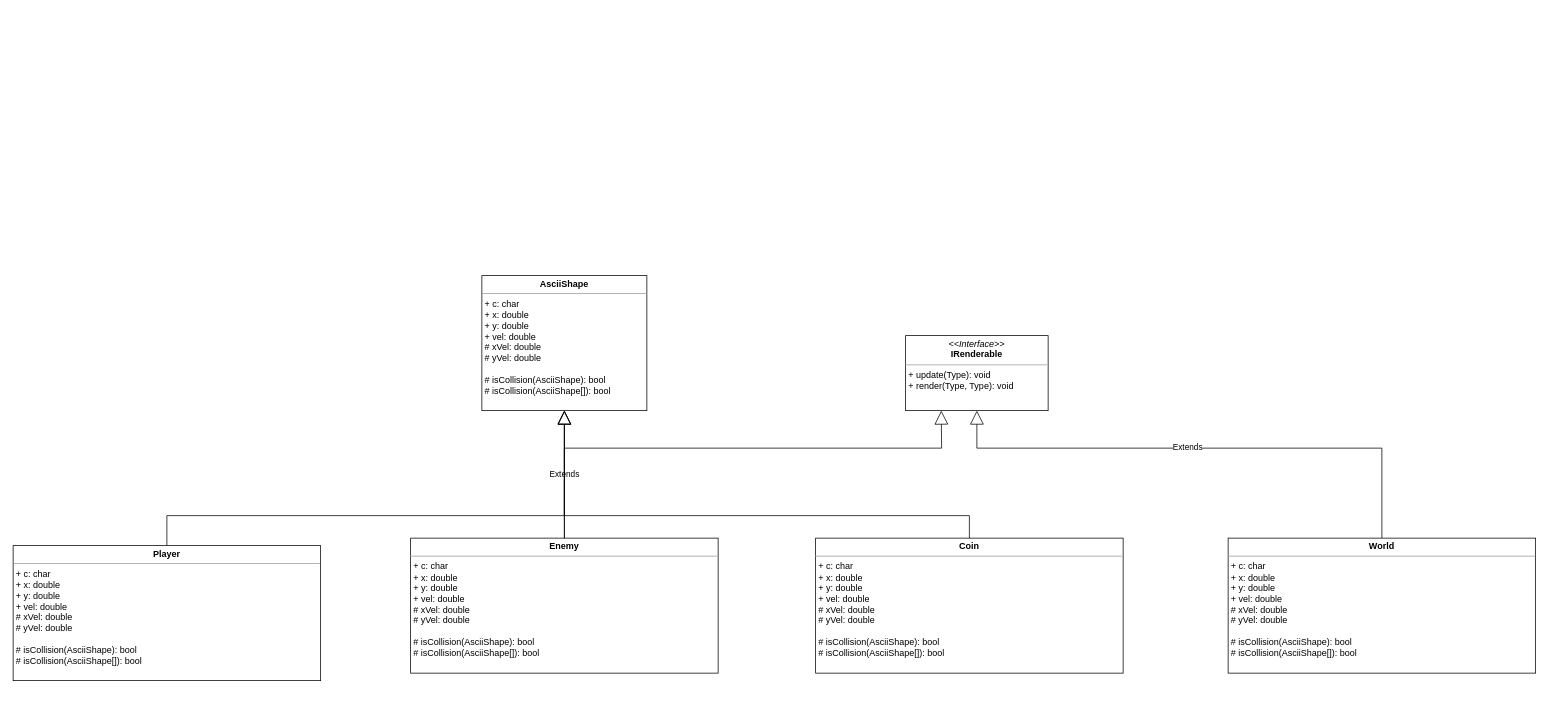
This is AsciiGame.drawio from Artemexbits/BISBB_SS2023_CB_GA1, a draw.io file, before an edit. Source tidied: cells renumbered, new cells numbered last; positions are measured from the earlier drawing's top-left corner, leaving out a move shared by most shapes. Both pictures are drawn from the tidied source at 75%, with x=0, y=0 at pixel (13, 275).
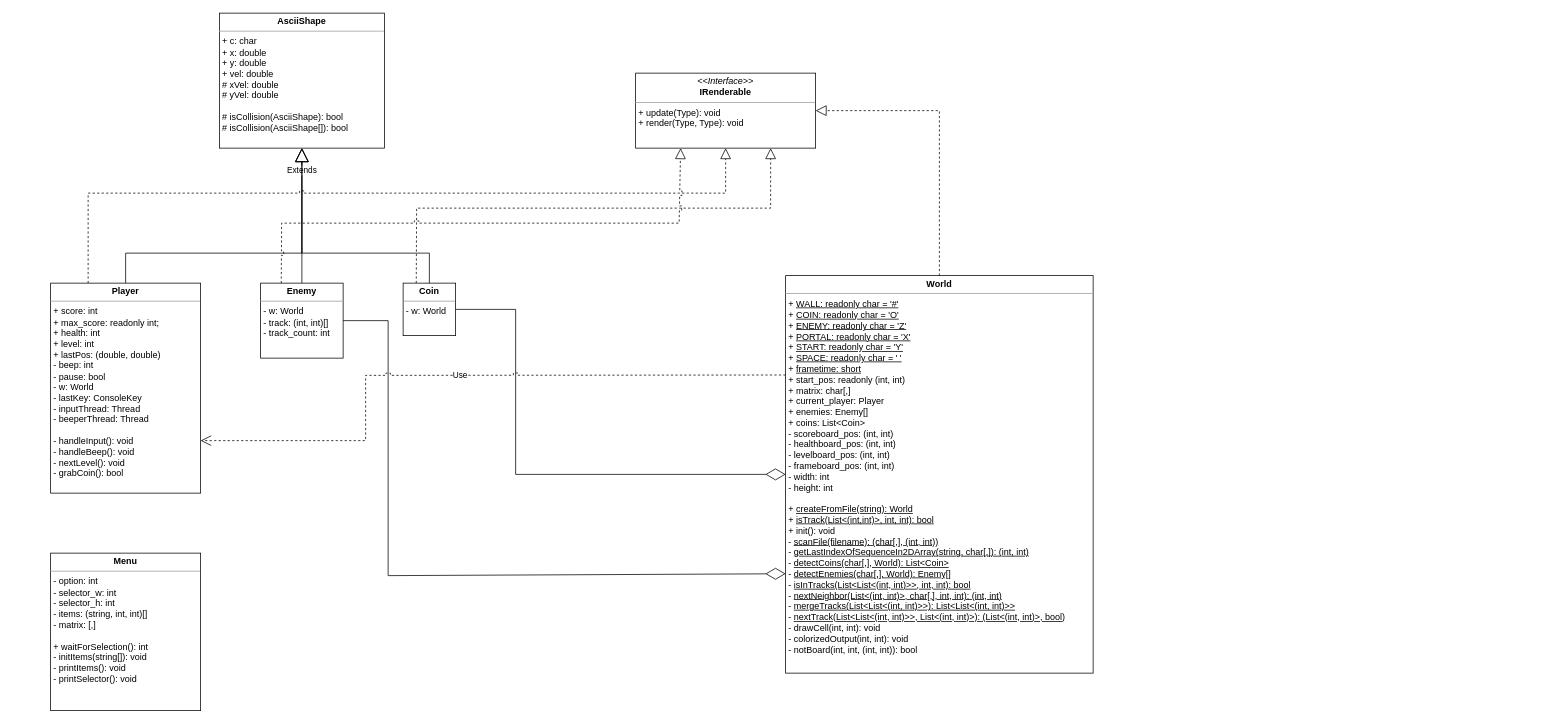
After the change.

Commit message (it also covers changes not shown here):
recreated diagram

What changed in the source:
```diff
@@
+    <mxCell id="14" style="endArrow=block;dashed=1;endFill=0;endSize=12;html=1;rounded=0;entryX=0.75;entryY=1;entryDx=0;entryDy=0;exitX=0.25;exitY=0;exitDx=0;exitDy=0;jumpStyle=sharp;" parent="1" edge="1" source="4" target="9">
+      <mxGeometry relative="1" as="geometry">
+        <Array as="points">
+          <mxPoint x="538" y="-90" />
+          <mxPoint x="1010" y="-90" />
+        </Array>
+      </mxGeometry>
+    </mxCell>
     <mxCell id="2" value="&lt;p style=&quot;margin:0px;margin-top:4px;text-align:center;&quot;&gt;&lt;b&gt;AsciiShape&lt;/b&gt;&lt;/p&gt;&lt;hr size=&quot;1&quot;&gt;&lt;p style=&quot;margin:0px;margin-left:4px;&quot;&gt;+ c: char&lt;/p&gt;&lt;p style=&quot;margin:0px;margin-left:4px;&quot;&gt;+ x: double&lt;/p&gt;&lt;p style=&quot;margin:0px;margin-left:4px;&quot;&gt;+ y: double&lt;/p&gt;&lt;p style=&quot;margin:0px;margin-left:4px;&quot;&gt;+ vel: double&lt;/p&gt;&lt;p style=&quot;margin:0px;margin-left:4px;&quot;&gt;# xVel: double&lt;/p&gt;&lt;p style=&quot;margin:0px;margin-left:4px;&quot;&gt;# yVel: double&lt;/p&gt;&lt;p style=&quot;margin:0px;margin-left:4px;&quot;&gt;&lt;br&gt;&lt;/p&gt;&lt;p style=&quot;margin:0px;margin-left:4px;&quot;&gt;&lt;span style=&quot;background-color: initial;&quot;&gt;# isCollision(AsciiShape): bool&lt;/span&gt;&lt;/p&gt;&lt;p style=&quot;margin:0px;margin-left:4px;&quot;&gt;&lt;span style=&quot;background-color: initial;&quot;&gt;# isCollision(AsciiShape[]): bool&lt;/span&gt;&lt;/p&gt;" style="verticalAlign=top;align=left;overflow=fill;fontSize=12;fontFamily=Helvetica;html=1;" parent="1" vertex="1">
-      <mxGeometry x="625" width="220" height="180" as="geometry" />
+      <mxGeometry x="275" y="-350" width="220" height="180" as="geometry" />
     </mxCell>
-    <mxCell id="3" value="&lt;p style=&quot;margin:0px;margin-top:4px;text-align:center;&quot;&gt;&lt;b&gt;Player&lt;/b&gt;&lt;/p&gt;&lt;hr size=&quot;1&quot;&gt;&lt;p style=&quot;margin:0px;margin-left:4px;&quot;&gt;+ c: char&lt;/p&gt;&lt;p style=&quot;margin:0px;margin-left:4px;&quot;&gt;+ x: double&lt;/p&gt;&lt;p style=&quot;margin:0px;margin-left:4px;&quot;&gt;+ y: double&lt;/p&gt;&lt;p style=&quot;margin:0px;margin-left:4px;&quot;&gt;+ vel: double&lt;/p&gt;&lt;p style=&quot;margin:0px;margin-left:4px;&quot;&gt;# xVel: double&lt;/p&gt;&lt;p style=&quot;margin:0px;margin-left:4px;&quot;&gt;# yVel: double&lt;/p&gt;&lt;p style=&quot;margin:0px;margin-left:4px;&quot;&gt;&lt;br&gt;&lt;/p&gt;&lt;p style=&quot;margin:0px;margin-left:4px;&quot;&gt;&lt;span style=&quot;background-color: initial;&quot;&gt;# isCollision(AsciiShape): bool&lt;/span&gt;&lt;/p&gt;&lt;p style=&quot;margin:0px;margin-left:4px;&quot;&gt;&lt;span style=&quot;background-color: initial;&quot;&gt;# isCollision(AsciiShape[]): bool&lt;/span&gt;&lt;/p&gt;" style="verticalAlign=top;align=left;overflow=fill;fontSize=12;fontFamily=Helvetica;html=1;" parent="1" vertex="1">
-      <mxGeometry y="360" width="410" height="180" as="geometry" />
+    <mxCell id="3" value="&lt;p style=&quot;margin:0px;margin-top:4px;text-align:center;&quot;&gt;&lt;b&gt;Player&lt;/b&gt;&lt;/p&gt;&lt;hr size=&quot;1&quot;&gt;&lt;p style=&quot;margin:0px;margin-left:4px;&quot;&gt;+ score: int&lt;/p&gt;&lt;p style=&quot;margin:0px;margin-left:4px;&quot;&gt;&lt;span style=&quot;background-color: initial;&quot;&gt;+ max_score: readonly int;&lt;/span&gt;&lt;/p&gt;&lt;p style=&quot;margin:0px;margin-left:4px;&quot;&gt;+ health: int&lt;/p&gt;&lt;p style=&quot;margin:0px;margin-left:4px;&quot;&gt;+ level: int&lt;/p&gt;&lt;p style=&quot;margin:0px;margin-left:4px;&quot;&gt;+ lastPos: (double, double)&lt;/p&gt;&lt;p style=&quot;margin:0px;margin-left:4px;&quot;&gt;- beep: int&lt;/p&gt;&lt;p style=&quot;margin:0px;margin-left:4px;&quot;&gt;&lt;span style=&quot;background-color: initial;&quot;&gt;- pause: bool&lt;/span&gt;&lt;/p&gt;&lt;p style=&quot;margin:0px;margin-left:4px;&quot;&gt;- w: World&lt;/p&gt;&lt;p style=&quot;margin:0px;margin-left:4px;&quot;&gt;&lt;span style=&quot;background-color: initial;&quot;&gt;- lastKey: ConsoleKey&lt;/span&gt;&lt;/p&gt;&lt;p style=&quot;margin:0px;margin-left:4px;&quot;&gt;- inputThread: Thread&lt;/p&gt;&lt;p style=&quot;margin:0px;margin-left:4px;&quot;&gt;- beeperThread: Thread&lt;/p&gt;&lt;p style=&quot;margin:0px;margin-left:4px;&quot;&gt;&lt;br&gt;&lt;/p&gt;&lt;p style=&quot;margin:0px;margin-left:4px;&quot;&gt;- handleInput(): void&lt;/p&gt;&lt;p style=&quot;margin:0px;margin-left:4px;&quot;&gt;- handleBeep(): void&lt;/p&gt;&lt;p style=&quot;margin:0px;margin-left:4px;&quot;&gt;- nextLevel(): void&lt;/p&gt;&lt;p style=&quot;margin:0px;margin-left:4px;&quot;&gt;- grabCoin(): bool&lt;/p&gt;" style="verticalAlign=top;align=left;overflow=fill;fontSize=12;fontFamily=Helvetica;html=1;" parent="1" vertex="1">
+      <mxGeometry x="50" y="10" width="200" height="280" as="geometry" />
     </mxCell>
-    <mxCell id="4" value="&lt;p style=&quot;margin:0px;margin-top:4px;text-align:center;&quot;&gt;&lt;b&gt;Coin&lt;/b&gt;&lt;/p&gt;&lt;hr size=&quot;1&quot;&gt;&lt;p style=&quot;margin:0px;margin-left:4px;&quot;&gt;+ c: char&lt;/p&gt;&lt;p style=&quot;margin:0px;margin-left:4px;&quot;&gt;+ x: double&lt;/p&gt;&lt;p style=&quot;margin:0px;margin-left:4px;&quot;&gt;+ y: double&lt;/p&gt;&lt;p style=&quot;margin:0px;margin-left:4px;&quot;&gt;+ vel: double&lt;/p&gt;&lt;p style=&quot;margin:0px;margin-left:4px;&quot;&gt;# xVel: double&lt;/p&gt;&lt;p style=&quot;margin:0px;margin-left:4px;&quot;&gt;# yVel: double&lt;/p&gt;&lt;p style=&quot;margin:0px;margin-left:4px;&quot;&gt;&lt;br&gt;&lt;/p&gt;&lt;p style=&quot;margin:0px;margin-left:4px;&quot;&gt;&lt;span style=&quot;background-color: initial;&quot;&gt;# isCollision(AsciiShape): bool&lt;/span&gt;&lt;/p&gt;&lt;p style=&quot;margin:0px;margin-left:4px;&quot;&gt;&lt;span style=&quot;background-color: initial;&quot;&gt;# isCollision(AsciiShape[]): bool&lt;/span&gt;&lt;/p&gt;" style="verticalAlign=top;align=left;overflow=fill;fontSize=12;fontFamily=Helvetica;html=1;" parent="1" vertex="1">
-      <mxGeometry x="1070" y="350" width="410" height="180" as="geometry" />
+    <mxCell id="4" value="&lt;p style=&quot;margin:0px;margin-top:4px;text-align:center;&quot;&gt;&lt;b&gt;Coin&lt;/b&gt;&lt;/p&gt;&lt;hr size=&quot;1&quot;&gt;&lt;p style=&quot;margin:0px;margin-left:4px;&quot;&gt;- w: World&lt;/p&gt;" style="verticalAlign=top;align=left;overflow=fill;fontSize=12;fontFamily=Helvetica;html=1;" parent="1" vertex="1">
+      <mxGeometry x="520" y="10" width="70" height="70" as="geometry" />
     </mxCell>
-    <mxCell id="5" value="&lt;p style=&quot;margin:0px;margin-top:4px;text-align:center;&quot;&gt;&lt;b&gt;Enemy&lt;/b&gt;&lt;/p&gt;&lt;hr size=&quot;1&quot;&gt;&lt;p style=&quot;margin:0px;margin-left:4px;&quot;&gt;+ c: char&lt;/p&gt;&lt;p style=&quot;margin:0px;margin-left:4px;&quot;&gt;+ x: double&lt;/p&gt;&lt;p style=&quot;margin:0px;margin-left:4px;&quot;&gt;+ y: double&lt;/p&gt;&lt;p style=&quot;margin:0px;margin-left:4px;&quot;&gt;+ vel: double&lt;/p&gt;&lt;p style=&quot;margin:0px;margin-left:4px;&quot;&gt;# xVel: double&lt;/p&gt;&lt;p style=&quot;margin:0px;margin-left:4px;&quot;&gt;# yVel: double&lt;/p&gt;&lt;p style=&quot;margin:0px;margin-left:4px;&quot;&gt;&lt;br&gt;&lt;/p&gt;&lt;p style=&quot;margin:0px;margin-left:4px;&quot;&gt;&lt;span style=&quot;background-color: initial;&quot;&gt;# isCollision(AsciiShape): bool&lt;/span&gt;&lt;/p&gt;&lt;p style=&quot;margin:0px;margin-left:4px;&quot;&gt;&lt;span style=&quot;background-color: initial;&quot;&gt;# isCollision(AsciiShape[]): bool&lt;/span&gt;&lt;/p&gt;" style="verticalAlign=top;align=left;overflow=fill;fontSize=12;fontFamily=Helvetica;html=1;" parent="1" vertex="1">
-      <mxGeometry x="530" y="350" width="410" height="180" as="geometry" />
+    <mxCell id="5" value="&lt;p style=&quot;margin:0px;margin-top:4px;text-align:center;&quot;&gt;&lt;b&gt;Enemy&lt;/b&gt;&lt;/p&gt;&lt;hr size=&quot;1&quot;&gt;&lt;p style=&quot;margin:0px;margin-left:4px;&quot;&gt;- w: World&lt;/p&gt;&lt;p style=&quot;margin:0px;margin-left:4px;&quot;&gt;- track: (int, int)[]&lt;/p&gt;&lt;p style=&quot;margin:0px;margin-left:4px;&quot;&gt;- track_count: int&lt;/p&gt;" style="verticalAlign=top;align=left;overflow=fill;fontSize=12;fontFamily=Helvetica;html=1;" parent="1" vertex="1">
+      <mxGeometry x="330" y="10" width="110" height="100" as="geometry" />
     </mxCell>
     <mxCell id="6" value="Extends" style="endArrow=block;endSize=16;endFill=0;html=1;rounded=0;entryX=0.5;entryY=1;entryDx=0;entryDy=0;exitX=0.5;exitY=0;exitDx=0;exitDy=0;" parent="1" edge="1" source="5" target="2">
-      <mxGeometry relative="1" as="geometry" />
+      <mxGeometry x="0.67" relative="1" as="geometry" />
     </mxCell>
     <mxCell id="7" style="endArrow=block;endSize=16;endFill=0;html=1;rounded=0;exitX=0.5;exitY=0;exitDx=0;exitDy=0;entryX=0.5;entryY=1;entryDx=0;entryDy=0;" parent="1" edge="1" source="4" target="2">
       <mxGeometry relative="1" as="geometry">
         <Array as="points">
-          <mxPoint x="1275" y="320" />
-          <mxPoint x="735" y="320" />
+          <mxPoint x="555" y="-30" />
+          <mxPoint x="385" y="-30" />
         </Array>
       </mxGeometry>
     </mxCell>
     <mxCell id="8" style="endArrow=block;endSize=16;endFill=0;html=1;rounded=0;entryX=0.5;entryY=1;entryDx=0;entryDy=0;exitX=0.5;exitY=0;exitDx=0;exitDy=0;" parent="1" edge="1" source="3" target="2">
       <mxGeometry relative="1" as="geometry">
         <Array as="points">
-          <mxPoint x="205" y="320" />
-          <mxPoint x="735" y="320" />
+          <mxPoint x="150" y="-30" />
+          <mxPoint x="385" y="-30" />
         </Array>
       </mxGeometry>
     </mxCell>
     <mxCell id="9" value="&lt;p style=&quot;margin:0px;margin-top:4px;text-align:center;&quot;&gt;&lt;i&gt;&amp;lt;&amp;lt;Interface&amp;gt;&amp;gt;&lt;/i&gt;&lt;br&gt;&lt;b&gt;IRenderable&lt;/b&gt;&lt;/p&gt;&lt;hr size=&quot;1&quot;&gt;&lt;p style=&quot;margin:0px;margin-left:4px;&quot;&gt;+ update(Type): void&lt;br&gt;+ render(Type, Type): void&lt;/p&gt;" style="verticalAlign=top;align=left;overflow=fill;fontSize=12;fontFamily=Helvetica;html=1;" parent="1" vertex="1">
-      <mxGeometry x="1190" y="80" width="190" height="100" as="geometry" />
+      <mxGeometry x="830" y="-270" width="240" height="100" as="geometry" />
     </mxCell>
-    <mxCell id="10" value="&lt;p style=&quot;margin:0px;margin-top:4px;text-align:center;&quot;&gt;&lt;b&gt;World&lt;/b&gt;&lt;/p&gt;&lt;hr size=&quot;1&quot;&gt;&lt;p style=&quot;margin:0px;margin-left:4px;&quot;&gt;+ c: char&lt;/p&gt;&lt;p style=&quot;margin:0px;margin-left:4px;&quot;&gt;+ x: double&lt;/p&gt;&lt;p style=&quot;margin:0px;margin-left:4px;&quot;&gt;+ y: double&lt;/p&gt;&lt;p style=&quot;margin:0px;margin-left:4px;&quot;&gt;+ vel: double&lt;/p&gt;&lt;p style=&quot;margin:0px;margin-left:4px;&quot;&gt;# xVel: double&lt;/p&gt;&lt;p style=&quot;margin:0px;margin-left:4px;&quot;&gt;# yVel: double&lt;/p&gt;&lt;p style=&quot;margin:0px;margin-left:4px;&quot;&gt;&lt;br&gt;&lt;/p&gt;&lt;p style=&quot;margin:0px;margin-left:4px;&quot;&gt;&lt;span style=&quot;background-color: initial;&quot;&gt;# isCollision(AsciiShape): bool&lt;/span&gt;&lt;/p&gt;&lt;p style=&quot;margin:0px;margin-left:4px;&quot;&gt;&lt;span style=&quot;background-color: initial;&quot;&gt;# isCollision(AsciiShape[]): bool&lt;/span&gt;&lt;/p&gt;" style="verticalAlign=top;align=left;overflow=fill;fontSize=12;fontFamily=Helvetica;html=1;" parent="1" vertex="1">
-      <mxGeometry x="1620" y="350" width="410" height="180" as="geometry" />
+    <mxCell id="10" value="&lt;p style=&quot;margin:0px;margin-top:4px;text-align:center;&quot;&gt;&lt;b&gt;World&lt;/b&gt;&lt;/p&gt;&lt;hr size=&quot;1&quot;&gt;&lt;p style=&quot;margin:0px;margin-left:4px;&quot;&gt;+ &lt;u&gt;WALL: readonly char = '#'&lt;/u&gt;&lt;/p&gt;&lt;p style=&quot;margin:0px;margin-left:4px;&quot;&gt;+ &lt;u&gt;COIN: readonly char = 'O'&lt;/u&gt;&lt;/p&gt;&lt;p style=&quot;margin:0px;margin-left:4px;&quot;&gt;+ &lt;u&gt;ENEMY: readonly char = 'Z'&lt;/u&gt;&lt;/p&gt;&lt;p style=&quot;margin:0px;margin-left:4px;&quot;&gt;+ &lt;u&gt;PORTAL: readonly char = 'X'&lt;/u&gt;&lt;/p&gt;&lt;p style=&quot;margin:0px;margin-left:4px;&quot;&gt;+ &lt;u&gt;START: readonly char = 'Y'&lt;/u&gt;&lt;/p&gt;&lt;p style=&quot;margin:0px;margin-left:4px;&quot;&gt;+ &lt;u&gt;SPACE: readonly char = ' '&lt;/u&gt;&lt;/p&gt;&lt;p style=&quot;margin:0px;margin-left:4px;&quot;&gt;+ &lt;u&gt;frametime: short&lt;/u&gt;&lt;/p&gt;&lt;p style=&quot;margin:0px;margin-left:4px;&quot;&gt;+ start_pos: readonly (int, int)&lt;/p&gt;&lt;p style=&quot;margin:0px;margin-left:4px;&quot;&gt;+ matrix: char[,]&lt;/p&gt;&lt;p style=&quot;margin:0px;margin-left:4px;&quot;&gt;+ current_player: Player&lt;/p&gt;&lt;p style=&quot;margin:0px;margin-left:4px;&quot;&gt;+ enemies: Enemy[]&lt;/p&gt;&lt;p style=&quot;margin:0px;margin-left:4px;&quot;&gt;+ coins: List&amp;lt;Coin&amp;gt;&lt;/p&gt;&lt;p style=&quot;margin:0px;margin-left:4px;&quot;&gt;- scoreboard_pos: (int, int)&lt;/p&gt;&lt;p style=&quot;margin:0px;margin-left:4px;&quot;&gt;- healthboard_pos: (int, int)&lt;/p&gt;&lt;p style=&quot;margin:0px;margin-left:4px;&quot;&gt;- levelboard_pos: (int, int)&lt;/p&gt;&lt;p style=&quot;margin:0px;margin-left:4px;&quot;&gt;- frameboard_pos: (int, int)&lt;/p&gt;&lt;p style=&quot;margin:0px;margin-left:4px;&quot;&gt;- width: int&lt;/p&gt;&lt;p style=&quot;margin:0px;margin-left:4px;&quot;&gt;- height: int&lt;/p&gt;&lt;p style=&quot;margin:0px;margin-left:4px;&quot;&gt;&lt;br&gt;&lt;/p&gt;&lt;p style=&quot;margin:0px;margin-left:4px;&quot;&gt;+ &lt;u&gt;createFromFile(string): World&lt;/u&gt;&lt;/p&gt;&lt;p style=&quot;margin:0px;margin-left:4px;&quot;&gt;+ &lt;u&gt;isTrack(List&amp;lt;(int,int)&amp;gt;, int, int): bool&lt;/u&gt;&lt;/p&gt;&lt;p style=&quot;margin:0px;margin-left:4px;&quot;&gt;+ init(): void&lt;/p&gt;&lt;p style=&quot;margin:0px;margin-left:4px;&quot;&gt;- &lt;u&gt;scanFile(filename): (char[,], (int, int))&lt;/u&gt;&lt;/p&gt;&lt;p style=&quot;margin:0px;margin-left:4px;&quot;&gt;- &lt;u&gt;getLastIndexOfSequenceIn2DArray(string, char[,]): (int, int)&lt;/u&gt;&lt;/p&gt;&lt;p style=&quot;margin:0px;margin-left:4px;&quot;&gt;- &lt;u&gt;detectCoins(char[,], World): List&amp;lt;Coin&amp;gt;&lt;/u&gt;&lt;/p&gt;&lt;p style=&quot;margin:0px;margin-left:4px;&quot;&gt;- &lt;u&gt;detectEnemies(char[,], World): Enemy[]&lt;/u&gt;&lt;/p&gt;&lt;p style=&quot;margin:0px;margin-left:4px;&quot;&gt;- &lt;u&gt;isInTracks(List&amp;lt;List&amp;lt;(int, int)&amp;gt;&amp;gt;, int, int): bool&lt;/u&gt;&lt;/p&gt;&lt;p style=&quot;margin:0px;margin-left:4px;&quot;&gt;- &lt;u&gt;nextNeighbor(List&amp;lt;(int, int)&amp;gt;, char[,], int, int): (int, int)&lt;/u&gt;&lt;/p&gt;&lt;p style=&quot;margin:0px;margin-left:4px;&quot;&gt;- &lt;u&gt;mergeTracks(List&amp;lt;List&amp;lt;(int, int)&amp;gt;&amp;gt;): List&amp;lt;List&amp;lt;(int, int)&amp;gt;&amp;gt;&lt;/u&gt;&lt;/p&gt;&lt;p style=&quot;margin:0px;margin-left:4px;&quot;&gt;- &lt;u&gt;nextTrack(List&amp;lt;List&amp;lt;(int, int)&amp;gt;&amp;gt;, List&amp;lt;(int, int)&amp;gt;): (List&amp;lt;(int, int)&amp;gt;, bool)&lt;/u&gt;&lt;/p&gt;&lt;p style=&quot;border-color: var(--border-color); margin: 0px 0px 0px 4px;&quot;&gt;- drawCell(int, int): void&lt;/p&gt;&lt;p style=&quot;border-color: var(--border-color); margin: 0px 0px 0px 4px;&quot;&gt;- colorizedOutput(int, int): void&lt;/p&gt;&lt;p style=&quot;border-color: var(--border-color); margin: 0px 0px 0px 4px;&quot;&gt;- notBoard(int, int, (int, int)): bool&lt;/p&gt;" style="verticalAlign=top;align=left;overflow=fill;fontSize=12;fontFamily=Helvetica;html=1;" parent="1" vertex="1">
+      <mxGeometry x="1030" width="410" height="530" as="geometry" />
     </mxCell>
+    <mxCell id="15" value="&lt;p style=&quot;margin:0px;margin-top:4px;text-align:center;&quot;&gt;&lt;b&gt;Menu&lt;/b&gt;&lt;/p&gt;&lt;hr size=&quot;1&quot;&gt;&lt;p style=&quot;margin:0px;margin-left:4px;&quot;&gt;- option: int&lt;/p&gt;&lt;p style=&quot;margin:0px;margin-left:4px;&quot;&gt;- selector_w: int&lt;/p&gt;&lt;p style=&quot;margin:0px;margin-left:4px;&quot;&gt;- selector_h: int&lt;/p&gt;&lt;p style=&quot;margin:0px;margin-left:4px;&quot;&gt;- items: (string, int, int)[]&lt;/p&gt;&lt;p style=&quot;margin:0px;margin-left:4px;&quot;&gt;- matrix: [,]&lt;/p&gt;&lt;p style=&quot;margin:0px;margin-left:4px;&quot;&gt;&lt;br&gt;&lt;/p&gt;&lt;p style=&quot;margin:0px;margin-left:4px;&quot;&gt;+&amp;nbsp;waitForSelection(): int&lt;/p&gt;&lt;p style=&quot;margin:0px;margin-left:4px;&quot;&gt;- initItems(string[]): void&lt;/p&gt;&lt;p style=&quot;margin:0px;margin-left:4px;&quot;&gt;-&amp;nbsp;printItems(): void&lt;/p&gt;&lt;p style=&quot;margin:0px;margin-left:4px;&quot;&gt;-&amp;nbsp;printSelector(): void&lt;/p&gt;" style="verticalAlign=top;align=left;overflow=fill;fontSize=12;fontFamily=Helvetica;html=1;" parent="1" vertex="1">
+      <mxGeometry x="50" y="370" width="200" height="210" as="geometry" />
+    </mxCell>
+    <mxCell id="16" style="endArrow=block;dashed=1;endFill=0;endSize=12;html=1;rounded=0;entryX=0.5;entryY=1;entryDx=0;entryDy=0;exitX=0.25;exitY=0;exitDx=0;exitDy=0;jumpStyle=sharp;" parent="1" edge="1" source="3" target="9">
+      <mxGeometry relative="1" as="geometry">
+        <Array as="points">
+          <mxPoint x="100" y="-110" />
+          <mxPoint x="950" y="-110" />
+        </Array>
+      </mxGeometry>
+    </mxCell>
-    <mxCell id="11" style="endArrow=block;endSize=16;endFill=0;html=1;rounded=0;exitX=0.5;exitY=0;exitDx=0;exitDy=0;entryX=0.5;entryY=1;entryDx=0;entryDy=0;" parent="1" edge="1" source="10" target="9">
+    <mxCell id="11" style="endArrow=block;dashed=1;endFill=0;endSize=12;html=1;rounded=0;exitX=0.5;exitY=0;exitDx=0;exitDy=0;entryX=1;entryY=0.5;entryDx=0;entryDy=0;" parent="1" edge="1" source="10" target="9">
       <mxGeometry relative="1" as="geometry">
         <Array as="points">
-          <mxPoint x="1825" y="230" />
-          <mxPoint x="1560" y="230" />
-          <mxPoint x="1285" y="230" />
+          <mxPoint x="1235" y="-110" />
+          <mxPoint x="1235" y="-220" />
         </Array>
       </mxGeometry>
     </mxCell>
-    <mxCell id="12" value="Extends" style="edgeLabel;html=1;align=center;verticalAlign=middle;" parent="11" vertex="1">
-      <mxGeometry x="0.07" y="-2" relative="1" as="geometry" />
-    </mxCell>
+    <mxCell id="17" style="endArrow=diamondThin;endFill=0;endSize=24;html=1;rounded=0;entryX=0;entryY=0.5;entryDx=0;entryDy=0;exitX=1;exitY=0.5;exitDx=0;exitDy=0;" parent="1" edge="1" source="4" target="10">
+      <mxGeometry relative="1" as="geometry">
+        <Array as="points">
+          <mxPoint x="670" y="45" />
+          <mxPoint x="670" y="265" />
+        </Array>
+      </mxGeometry>
+    </mxCell>
+    <mxCell id="18" style="endArrow=diamondThin;endFill=0;endSize=24;html=1;rounded=0;entryX=0;entryY=0.75;entryDx=0;entryDy=0;exitX=1;exitY=0.5;exitDx=0;exitDy=0;" parent="1" edge="1" source="5" target="10">
+      <mxGeometry relative="1" as="geometry">
+        <Array as="points">
+          <mxPoint x="500" y="60" />
+          <mxPoint x="500" y="400" />
+        </Array>
+      </mxGeometry>
+    </mxCell>
+    <mxCell id="19" value="Use" style="endArrow=open;endSize=12;dashed=1;html=1;rounded=0;jumpStyle=sharp;exitX=0;exitY=0.25;exitDx=0;exitDy=0;entryX=1;entryY=0.75;entryDx=0;entryDy=0;" parent="1" edge="1" source="10" target="3">
+      <mxGeometry relative="1" as="geometry">
+        <Array as="points">
+          <mxPoint x="470" y="133" />
+          <mxPoint x="470" y="220" />
+        </Array>
+      </mxGeometry>
+    </mxCell>
-    <mxCell id="13" style="endArrow=block;endSize=16;endFill=0;html=1;rounded=0;entryX=0.25;entryY=1;entryDx=0;entryDy=0;exitX=0.5;exitY=0;exitDx=0;exitDy=0;" parent="1" edge="1" source="5" target="9">
+    <mxCell id="13" style="endArrow=block;dashed=1;endFill=0;endSize=12;html=1;rounded=0;entryX=0.25;entryY=1;entryDx=0;entryDy=0;exitX=0.25;exitY=0;exitDx=0;exitDy=0;jumpStyle=sharp;" parent="1" edge="1" source="5" target="9">
       <mxGeometry relative="1" as="geometry">
         <Array as="points">
-          <mxPoint x="735" y="230" />
-          <mxPoint x="1238" y="230" />
+          <mxPoint x="358" y="-70" />
+          <mxPoint x="888" y="-70" />
         </Array>
       </mxGeometry>
     </mxCell>
```
